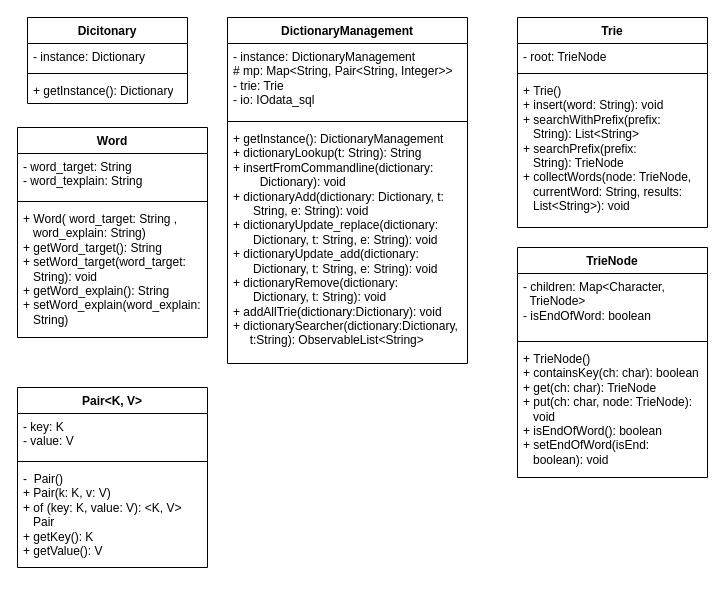
changchan255/OOP_Dictionary keeps this draw.io diagram as Dictionary_Project/Biểu đồ không có tiêu đề.drawio. Above is the earlier version. Source tidied: cells renumbered, new cells numbered last; positions are measured from the earlier drawing's top-left corner, leaving out a move shared by most shapes. Both pictures are drawn from the tidied source at 100%, with x=0, y=0 at pixel (17, 17).
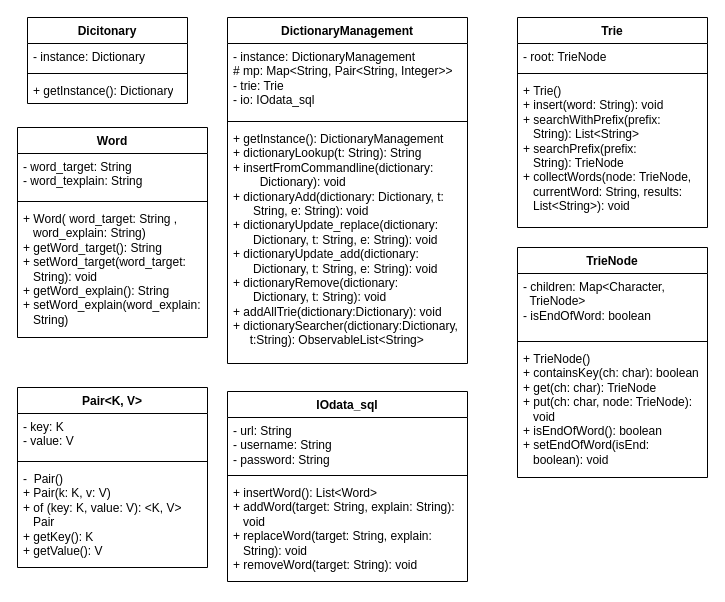
The same diagram, later.

Commit message:
Cập nhật Biểu đồ không có tiêu đề.drawio

What changed in the source:
```diff
@@
+    <mxCell id="26" value="IOdata_sql" style="swimlane;fontStyle=1;align=center;verticalAlign=top;horizontal=1;startSize=26;whiteSpace=wrap;html=1;" parent="1" vertex="1">
+      <mxGeometry x="210" y="374" width="240" height="190" as="geometry" />
+    </mxCell>
+    <mxCell id="27" value="-&amp;nbsp;url: String&lt;br&gt;-&amp;nbsp;username: String&lt;br&gt;- password: String" style="text;strokeColor=none;fillColor=none;align=left;verticalAlign=top;spacingLeft=4;spacingRight=4;overflow=hidden;whiteSpace=wrap;html=1;" parent="26" vertex="1">
+      <mxGeometry y="26" width="240" height="54" as="geometry" />
+    </mxCell>
+    <mxCell id="28" style="line;strokeWidth=1;fillColor=none;align=left;verticalAlign=middle;spacingTop=-1;spacingLeft=3;spacingRight=3;labelPosition=right;strokeColor=inherit;" parent="26" vertex="1">
+      <mxGeometry y="80" width="240" height="8" as="geometry" />
+    </mxCell>
+    <mxCell id="29" value="+&amp;nbsp;insertWord():&amp;nbsp;List&amp;lt;Word&amp;gt;&lt;br&gt;+&amp;nbsp;addWord(target: String, explain: String):&amp;nbsp; &amp;nbsp; &amp;nbsp;void&lt;br&gt;+&amp;nbsp;replaceWord(target: String, explain:&amp;nbsp; &amp;nbsp; &amp;nbsp; &amp;nbsp; &amp;nbsp; &amp;nbsp; &amp;nbsp;String): void&lt;br&gt;+&amp;nbsp;removeWord(target: String): void" style="text;strokeColor=none;fillColor=none;align=left;verticalAlign=top;spacingLeft=4;spacingRight=4;overflow=hidden;whiteSpace=wrap;html=1;" parent="26" vertex="1">
+      <mxGeometry y="88" width="240" height="102" as="geometry" />
+    </mxCell>
```
